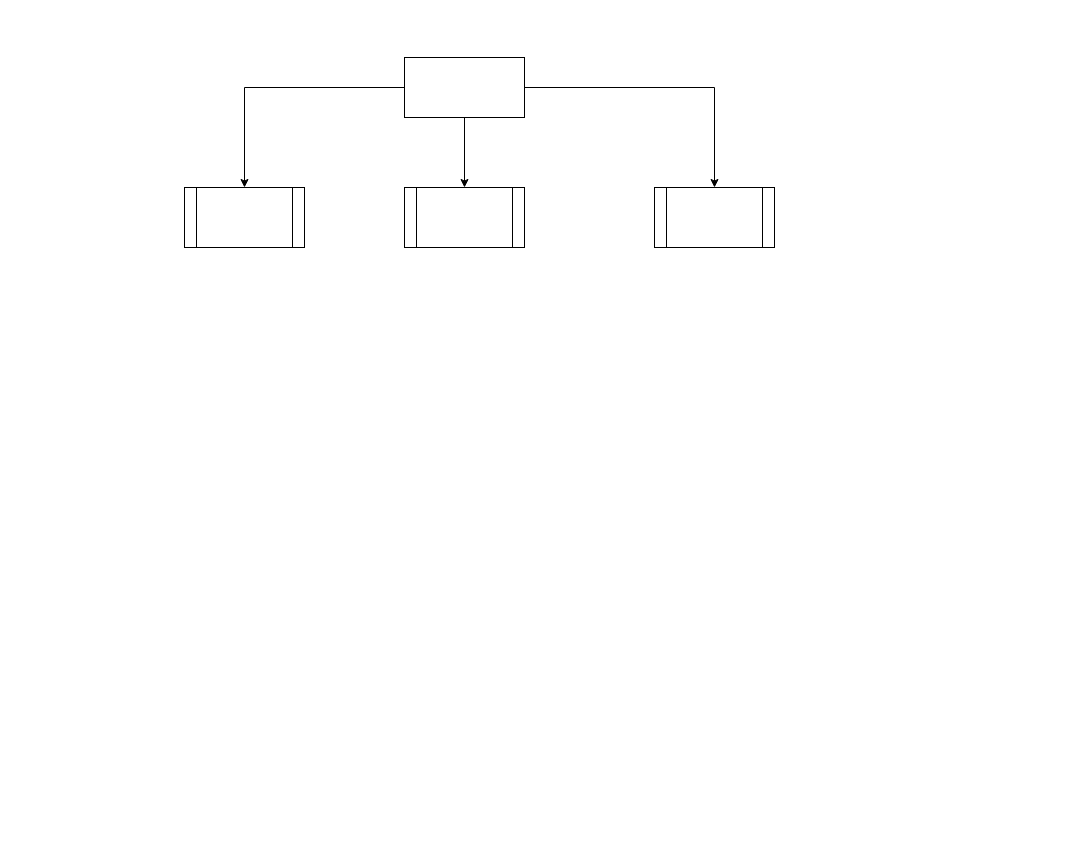
This is Untitled Diagram.drawio from Sofoniasm/ARM-Template, a draw.io file, before an edit. Source tidied: cells renumbered, new cells numbered last; positions are measured from the earlier drawing's top-left corner, leaving out a move shared by most shapes. Both pictures are drawn from the tidied source at 100%, with x=0, y=0 at pixel (184, 57).
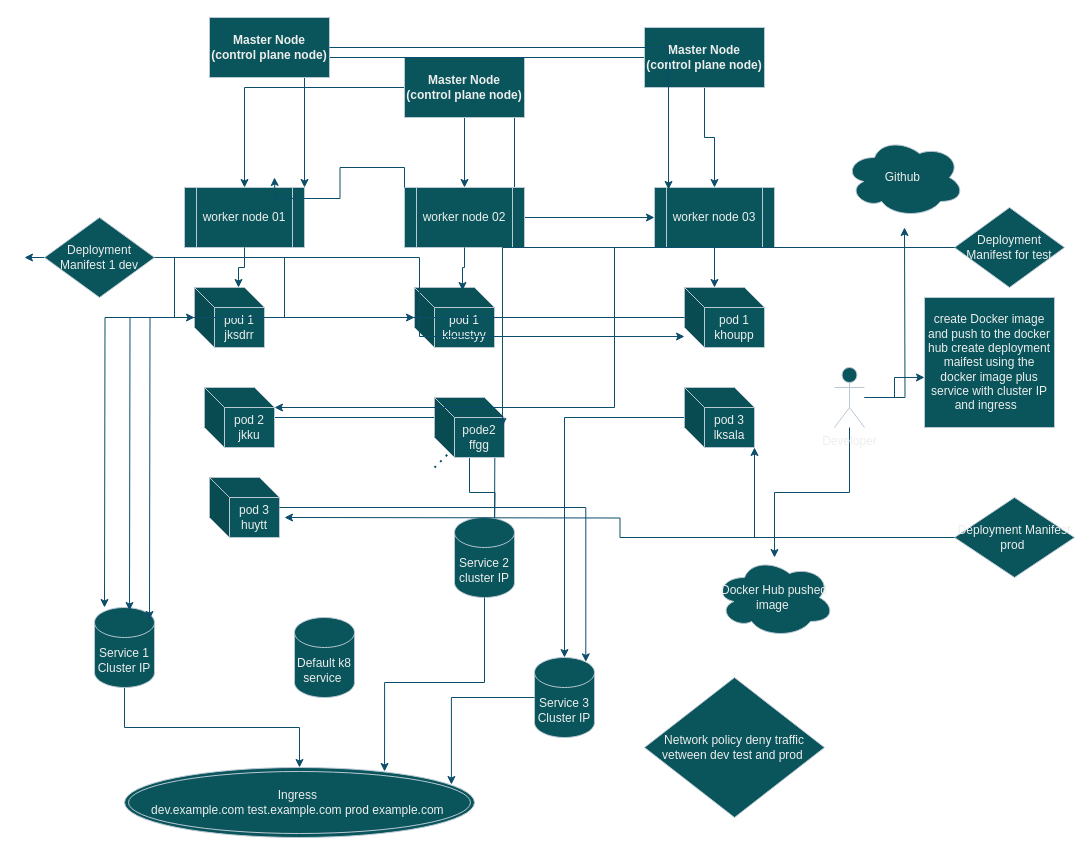
The same page after the edit.

What changed in the source:
```diff
@@
-    <mxCell id="2" style="edgeStyle=orthogonalEdgeStyle;rounded=0;jettySize=auto;html=1;entryX=0.5;entryY=0;entryDx=0;entryDy=0;" parent="1" edge="1" source="5" target="7">
+    <mxCell id="2" style="edgeStyle=orthogonalEdgeStyle;rounded=0;jettySize=auto;html=1;entryX=0.5;entryY=0;entryDx=0;entryDy=0;labelBackgroundColor=none;fontColor=default;strokeColor=#0B4D6A;" parent="1" edge="1" source="5" target="7">
       <mxGeometry relative="1" as="geometry" />
     </mxCell>
-    <mxCell id="3" style="edgeStyle=orthogonalEdgeStyle;rounded=0;jettySize=auto;html=1;entryX=0.5;entryY=0;entryDx=0;entryDy=0;" parent="1" edge="1" source="5" target="6">
+    <mxCell id="3" style="edgeStyle=orthogonalEdgeStyle;rounded=0;jettySize=auto;html=1;entryX=0.5;entryY=0;entryDx=0;entryDy=0;labelBackgroundColor=none;fontColor=default;strokeColor=#0B4D6A;" parent="1" edge="1" source="5" target="6">
       <mxGeometry relative="1" as="geometry" />
     </mxCell>
-    <mxCell id="4" style="edgeStyle=orthogonalEdgeStyle;rounded=0;jettySize=auto;html=1;entryX=0.5;entryY=0;entryDx=0;entryDy=0;" parent="1" edge="1" source="5" target="8">
+    <mxCell id="4" style="edgeStyle=orthogonalEdgeStyle;rounded=0;jettySize=auto;html=1;entryX=0.5;entryY=0;entryDx=0;entryDy=0;labelBackgroundColor=none;fontColor=default;strokeColor=#0B4D6A;" parent="1" edge="1" source="56" target="8">
       <mxGeometry relative="1" as="geometry" />
     </mxCell>
+    <mxCell id="9" style="edgeStyle=orthogonalEdgeStyle;rounded=0;jettySize=auto;html=1;strokeColor=#0B4D6A;" parent="1" edge="1" source="5" target="8">
+      <mxGeometry relative="1" as="geometry">
+        <Array as="points">
+          <mxPoint x="330" y="160" />
+        </Array>
+      </mxGeometry>
+    </mxCell>
-    <mxCell id="5" style="rounded=0;whiteSpace=wrap;html=1;" parent="1" vertex="1">
+    <mxCell id="5" value="Master Node (control plane node)" style="rounded=0;whiteSpace=wrap;html=1;fontStyle=1;labelBackgroundColor=none;fillColor=#09555B;strokeColor=#BAC8D3;fontColor=#EEEEEE;" parent="1" vertex="1">
       <mxGeometry x="220" width="120" height="60" as="geometry" />
     </mxCell>
-    <mxCell id="6" style="shape=process;whiteSpace=wrap;html=1;backgroundOutline=1;" parent="1" vertex="1">
+    <mxCell id="6" value="worker node 01" style="shape=process;whiteSpace=wrap;html=1;backgroundOutline=1;labelBackgroundColor=none;fillColor=#09555B;strokeColor=#BAC8D3;fontColor=#EEEEEE;" parent="1" vertex="1">
       <mxGeometry y="130" width="120" height="60" as="geometry" />
     </mxCell>
-    <mxCell id="7" style="shape=process;whiteSpace=wrap;html=1;backgroundOutline=1;" parent="1" vertex="1">
+    <mxCell id="7" value="worker node 02" style="shape=process;whiteSpace=wrap;html=1;backgroundOutline=1;labelBackgroundColor=none;fillColor=#09555B;strokeColor=#BAC8D3;fontColor=#EEEEEE;" parent="1" vertex="1">
       <mxGeometry x="220" y="130" width="120" height="60" as="geometry" />
     </mxCell>
-    <mxCell id="8" style="shape=process;whiteSpace=wrap;html=1;backgroundOutline=1;" parent="1" vertex="1">
+    <mxCell id="8" value="worker node 03" style="shape=process;whiteSpace=wrap;html=1;backgroundOutline=1;labelBackgroundColor=none;fillColor=#09555B;strokeColor=#BAC8D3;fontColor=#EEEEEE;" parent="1" vertex="1">
       <mxGeometry x="470" y="130" width="120" height="60" as="geometry" />
     </mxCell>
+    <mxCell id="10" style="edgeStyle=orthogonalEdgeStyle;rounded=0;jettySize=auto;html=1;strokeColor=#0B4D6A;" parent="1" edge="1" source="12" target="14">
+      <mxGeometry relative="1" as="geometry" />
+    </mxCell>
+    <mxCell id="11" style="edgeStyle=orthogonalEdgeStyle;rounded=0;jettySize=auto;html=1;strokeColor=#0B4D6A;" parent="1" edge="1" source="12">
+      <mxGeometry relative="1" as="geometry">
+        <mxPoint x="720" y="170" as="targetPoint" />
+      </mxGeometry>
+    </mxCell>
+    <mxCell id="12" value="Developer" style="shape=umlActor;verticalLabelPosition=bottom;verticalAlign=top;html=1;outlineConnect=0;labelBackgroundColor=none;fillColor=#09555B;strokeColor=#BAC8D3;fontColor=#EEEEEE;" parent="1" vertex="1">
+      <mxGeometry x="650" y="310" width="30" height="60" as="geometry" />
+    </mxCell>
+    <mxCell id="13" value="create Docker image and push to the docker hub create deployment maifest using the docker image plus service with cluster IP and ingress&amp;nbsp;&amp;nbsp;" style="whiteSpace=wrap;html=1;strokeColor=#BAC8D3;fontColor=#EEEEEE;fillColor=#09555B;" parent="1" vertex="1">
+      <mxGeometry x="740" y="240" width="130" height="130" as="geometry" />
+    </mxCell>
+    <mxCell id="14" value="Docker Hub pushed image&amp;nbsp;" style="ellipse;shape=cloud;whiteSpace=wrap;html=1;strokeColor=#BAC8D3;fontColor=#EEEEEE;fillColor=#09555B;" parent="1" vertex="1">
+      <mxGeometry x="530" y="500" width="120" height="80" as="geometry" />
+    </mxCell>
+    <mxCell id="15" style="edgeStyle=orthogonalEdgeStyle;rounded=0;jettySize=auto;html=1;entryX=0;entryY=0.615;entryDx=0;entryDy=0;entryPerimeter=0;strokeColor=#0B4D6A;" parent="1" edge="1" source="12" target="13">
+      <mxGeometry relative="1" as="geometry" />
+    </mxCell>
+    <mxCell id="16" value="Github&amp;nbsp;" style="ellipse;shape=cloud;whiteSpace=wrap;html=1;strokeColor=#BAC8D3;fontColor=#EEEEEE;fillColor=#09555B;" parent="1" vertex="1">
+      <mxGeometry x="660" y="80" width="120" height="80" as="geometry" />
+    </mxCell>
+    <mxCell id="17" style="edgeStyle=orthogonalEdgeStyle;rounded=0;jettySize=auto;html=1;strokeColor=#0B4D6A;" parent="1" edge="1" source="18">
+      <mxGeometry relative="1" as="geometry">
+        <mxPoint x="-80" y="550" as="targetPoint" />
+      </mxGeometry>
+    </mxCell>
+    <mxCell id="18" value="pod 1 jksdrr" style="shape=cube;whiteSpace=wrap;html=1;boundedLbl=1;backgroundOutline=1;darkOpacity=0.05;darkOpacity2=0.1;strokeColor=#BAC8D3;fontColor=#EEEEEE;fillColor=#09555B;" parent="1" vertex="1">
+      <mxGeometry x="10" y="230" width="70" height="60" as="geometry" />
+    </mxCell>
+    <mxCell id="19" value="pod 1 kloustyy" style="shape=cube;whiteSpace=wrap;html=1;boundedLbl=1;backgroundOutline=1;darkOpacity=0.05;darkOpacity2=0.1;strokeColor=#BAC8D3;fontColor=#EEEEEE;fillColor=#09555B;" parent="1" vertex="1">
+      <mxGeometry x="230" y="230" width="80" height="60" as="geometry" />
+    </mxCell>
+    <mxCell id="20" value="pod 1 khoupp" style="shape=cube;whiteSpace=wrap;html=1;boundedLbl=1;backgroundOutline=1;darkOpacity=0.05;darkOpacity2=0.1;strokeColor=#BAC8D3;fontColor=#EEEEEE;fillColor=#09555B;" parent="1" vertex="1">
+      <mxGeometry x="500" y="230" width="80" height="60" as="geometry" />
+    </mxCell>
+    <mxCell id="21" style="edgeStyle=orthogonalEdgeStyle;rounded=0;jettySize=auto;html=1;entryX=0.629;entryY=0;entryDx=0;entryDy=0;entryPerimeter=0;strokeColor=#0B4D6A;" parent="1" edge="1" source="6" target="18">
+      <mxGeometry relative="1" as="geometry" />
+    </mxCell>
+    <mxCell id="22" style="edgeStyle=orthogonalEdgeStyle;rounded=0;jettySize=auto;html=1;entryX=0.6;entryY=0.05;entryDx=0;entryDy=0;entryPerimeter=0;strokeColor=#0B4D6A;" parent="1" edge="1" source="7" target="19">
+      <mxGeometry relative="1" as="geometry" />
+    </mxCell>
+    <mxCell id="23" style="edgeStyle=orthogonalEdgeStyle;rounded=0;jettySize=auto;html=1;exitX=0.5;exitY=1;exitDx=0;exitDy=0;entryX=0;entryY=0;entryDx=30;entryDy=0;entryPerimeter=0;strokeColor=#0B4D6A;" parent="1" edge="1" source="8" target="20">
+      <mxGeometry relative="1" as="geometry" />
+    </mxCell>
+    <mxCell id="24" style="edgeStyle=orthogonalEdgeStyle;rounded=0;jettySize=auto;html=1;strokeColor=#0B4D6A;" parent="1" edge="1" source="25" target="40">
+      <mxGeometry relative="1" as="geometry" />
+    </mxCell>
+    <mxCell id="25" value="Service 1 Cluster IP" style="shape=cylinder3;whiteSpace=wrap;html=1;boundedLbl=1;backgroundOutline=1;size=15;strokeColor=#BAC8D3;fontColor=#EEEEEE;fillColor=#09555B;" parent="1" vertex="1">
+      <mxGeometry x="-90" y="550" width="60" height="80" as="geometry" />
+    </mxCell>
+    <mxCell id="26" value="Default k8 service&amp;nbsp;" style="shape=cylinder3;whiteSpace=wrap;html=1;boundedLbl=1;backgroundOutline=1;size=15;strokeColor=#BAC8D3;fontColor=#EEEEEE;fillColor=#09555B;" parent="1" vertex="1">
+      <mxGeometry x="110" y="560" width="60" height="80" as="geometry" />
+    </mxCell>
+    <mxCell id="27" style="edgeStyle=orthogonalEdgeStyle;rounded=0;jettySize=auto;html=1;strokeColor=#0B4D6A;" parent="1" edge="1" source="28">
+      <mxGeometry relative="1" as="geometry">
+        <mxPoint x="310" y="470" as="targetPoint" />
+      </mxGeometry>
+    </mxCell>
+    <mxCell id="28" value="pod 2 jkku" style="shape=cube;whiteSpace=wrap;html=1;boundedLbl=1;backgroundOutline=1;darkOpacity=0.05;darkOpacity2=0.1;strokeColor=#BAC8D3;fontColor=#EEEEEE;fillColor=#09555B;" parent="1" vertex="1">
+      <mxGeometry x="20" y="330" width="70" height="60" as="geometry" />
+    </mxCell>
+    <mxCell id="29" style="edgeStyle=orthogonalEdgeStyle;rounded=0;jettySize=auto;html=1;strokeColor=#0B4D6A;" parent="1" edge="1" source="30">
+      <mxGeometry relative="1" as="geometry">
+        <mxPoint x="310" y="470" as="targetPoint" />
+      </mxGeometry>
+    </mxCell>
+    <mxCell id="30" value="pode2 ffgg" style="shape=cube;whiteSpace=wrap;html=1;boundedLbl=1;backgroundOutline=1;darkOpacity=0.05;darkOpacity2=0.1;strokeColor=#BAC8D3;fontColor=#EEEEEE;fillColor=#09555B;" parent="1" vertex="1">
+      <mxGeometry x="250" y="340" width="70" height="60" as="geometry" />
+    </mxCell>
+    <mxCell id="31" style="edgeStyle=orthogonalEdgeStyle;rounded=0;jettySize=auto;html=1;strokeColor=#0B4D6A;" parent="1" edge="1" source="32" target="38">
+      <mxGeometry relative="1" as="geometry" />
+    </mxCell>
+    <mxCell id="32" value="pod 3 lksala" style="shape=cube;whiteSpace=wrap;html=1;boundedLbl=1;backgroundOutline=1;darkOpacity=0.05;darkOpacity2=0.1;strokeColor=#BAC8D3;fontColor=#EEEEEE;fillColor=#09555B;" parent="1" vertex="1">
+      <mxGeometry x="500" y="330" width="70" height="60" as="geometry" />
+    </mxCell>
+    <mxCell id="33" value="pod 3 huytt" style="shape=cube;whiteSpace=wrap;html=1;boundedLbl=1;backgroundOutline=1;darkOpacity=0.05;darkOpacity2=0.1;strokeColor=#BAC8D3;fontColor=#EEEEEE;fillColor=#09555B;" parent="1" vertex="1">
+      <mxGeometry x="25" y="420" width="70" height="60" as="geometry" />
+    </mxCell>
+    <mxCell id="34" style="endArrow=none;dashed=1;html=1;dashPattern=1 3;strokeWidth=2;rounded=0;strokeColor=#0B4D6A;" parent="1" edge="1">
+      <mxGeometry relative="1" as="geometry">
+        <mxPoint x="250" y="410" as="sourcePoint" />
+        <mxPoint x="300" y="360" as="targetPoint" />
+      </mxGeometry>
+    </mxCell>
+    <mxCell id="35" style="edgeStyle=orthogonalEdgeStyle;rounded=0;jettySize=auto;html=1;entryX=0.75;entryY=0.05;entryDx=0;entryDy=0;entryPerimeter=0;strokeColor=#0B4D6A;" parent="1" edge="1" source="19">
+      <mxGeometry relative="1" as="geometry">
+        <mxPoint x="-55" y="553" as="targetPoint" />
+      </mxGeometry>
+    </mxCell>
+    <mxCell id="36" style="edgeStyle=orthogonalEdgeStyle;rounded=0;jettySize=auto;html=1;entryX=0.95;entryY=0.2;entryDx=0;entryDy=0;entryPerimeter=0;strokeColor=#0B4D6A;" parent="1" edge="1" source="20">
+      <mxGeometry relative="1" as="geometry">
+        <mxPoint x="-35" y="562" as="targetPoint" />
+      </mxGeometry>
+    </mxCell>
+    <mxCell id="37" value="Service 2 cluster IP" style="shape=cylinder3;whiteSpace=wrap;html=1;boundedLbl=1;backgroundOutline=1;size=15;strokeColor=#BAC8D3;fontColor=#EEEEEE;fillColor=#09555B;" parent="1" vertex="1">
+      <mxGeometry x="270" y="460" width="60" height="80" as="geometry" />
+    </mxCell>
+    <mxCell id="38" value="Service 3 Cluster IP" style="shape=cylinder3;whiteSpace=wrap;html=1;boundedLbl=1;backgroundOutline=1;size=15;strokeColor=#BAC8D3;fontColor=#EEEEEE;fillColor=#09555B;" parent="1" vertex="1">
+      <mxGeometry x="350" y="600" width="60" height="80" as="geometry" />
+    </mxCell>
+    <mxCell id="39" style="edgeStyle=orthogonalEdgeStyle;rounded=0;jettySize=auto;html=1;entryX=0.855;entryY=0;entryDx=0;entryDy=4.35;entryPerimeter=0;strokeColor=#0B4D6A;" parent="1" edge="1" source="33" target="38">
+      <mxGeometry relative="1" as="geometry" />
+    </mxCell>
+    <mxCell id="40" value="Ingress&amp;nbsp;&lt;div&gt;dev.example.com test.example.com prod example.com&amp;nbsp;&lt;/div&gt;" style="ellipse;shape=doubleEllipse;whiteSpace=wrap;html=1;strokeColor=#BAC8D3;fontColor=#EEEEEE;fillColor=#09555B;" parent="1" vertex="1">
+      <mxGeometry x="-60" y="710" width="350" height="70" as="geometry" />
+    </mxCell>
+    <mxCell id="41" style="edgeStyle=orthogonalEdgeStyle;rounded=0;jettySize=auto;html=1;entryX=0.743;entryY=0.057;entryDx=0;entryDy=0;entryPerimeter=0;strokeColor=#0B4D6A;" parent="1" edge="1" source="37" target="40">
+      <mxGeometry relative="1" as="geometry" />
+    </mxCell>
+    <mxCell id="42" style="edgeStyle=orthogonalEdgeStyle;rounded=0;jettySize=auto;html=1;entryX=0.934;entryY=0.243;entryDx=0;entryDy=0;entryPerimeter=0;strokeColor=#0B4D6A;" parent="1" edge="1" source="38" target="40">
+      <mxGeometry relative="1" as="geometry" />
+    </mxCell>
+    <mxCell id="43" style="edgeStyle=orthogonalEdgeStyle;rounded=0;jettySize=auto;html=1;strokeColor=#0B4D6A;" parent="1" edge="1" source="46">
+      <mxGeometry relative="1" as="geometry">
+        <mxPoint x="-160" y="200" as="targetPoint" />
+      </mxGeometry>
+    </mxCell>
+    <mxCell id="44" style="edgeStyle=orthogonalEdgeStyle;rounded=0;jettySize=auto;html=1;strokeColor=#0B4D6A;" parent="1" edge="1" source="46" target="18">
+      <mxGeometry relative="1" as="geometry" />
+    </mxCell>
+    <mxCell id="45" style="edgeStyle=orthogonalEdgeStyle;rounded=0;jettySize=auto;html=1;strokeColor=#0B4D6A;" parent="1" edge="1" source="46" target="19">
+      <mxGeometry relative="1" as="geometry" />
+    </mxCell>
+    <mxCell id="46" value="Deployment Manifest 1 dev" style="rhombus;whiteSpace=wrap;html=1;strokeColor=#BAC8D3;fontColor=#EEEEEE;fillColor=#09555B;" parent="1" vertex="1">
+      <mxGeometry x="-140" y="160" width="110" height="80" as="geometry" />
+    </mxCell>
+    <mxCell id="47" value="Deployment Manifest for test" style="rhombus;whiteSpace=wrap;html=1;strokeColor=#BAC8D3;fontColor=#EEEEEE;fillColor=#09555B;" parent="1" vertex="1">
+      <mxGeometry x="770" y="150" width="110" height="80" as="geometry" />
+    </mxCell>
+    <mxCell id="48" style="edgeStyle=orthogonalEdgeStyle;rounded=0;jettySize=auto;html=1;strokeColor=#0B4D6A;" parent="1" edge="1" source="49">
+      <mxGeometry relative="1" as="geometry">
+        <mxPoint x="100" y="460" as="targetPoint" />
+      </mxGeometry>
+    </mxCell>
+    <mxCell id="49" value="Deployment Manifest prod&amp;nbsp;" style="rhombus;whiteSpace=wrap;html=1;strokeColor=#BAC8D3;fontColor=#EEEEEE;fillColor=#09555B;" parent="1" vertex="1">
+      <mxGeometry x="770" y="440" width="120" height="80" as="geometry" />
+    </mxCell>
+    <mxCell id="50" style="edgeStyle=orthogonalEdgeStyle;rounded=0;jettySize=auto;html=1;entryX=1;entryY=1;entryDx=0;entryDy=0;entryPerimeter=0;strokeColor=#0B4D6A;" parent="1" edge="1" source="49" target="32">
+      <mxGeometry relative="1" as="geometry" />
+    </mxCell>
+    <mxCell id="51" style="edgeStyle=orthogonalEdgeStyle;rounded=0;jettySize=auto;html=1;entryX=0.971;entryY=0.483;entryDx=0;entryDy=0;entryPerimeter=0;strokeColor=#0B4D6A;" parent="1" edge="1" source="47" target="30">
+      <mxGeometry relative="1" as="geometry" />
+    </mxCell>
+    <mxCell id="52" style="edgeStyle=orthogonalEdgeStyle;rounded=0;jettySize=auto;html=1;entryX=0;entryY=0;entryDx=70;entryDy=20;entryPerimeter=0;strokeColor=#0B4D6A;" parent="1" edge="1" source="47" target="28">
+      <mxGeometry relative="1" as="geometry" />
+    </mxCell>
+    <mxCell id="53" style="edgeStyle=orthogonalEdgeStyle;rounded=0;jettySize=auto;html=1;entryX=0;entryY=0.817;entryDx=0;entryDy=0;entryPerimeter=0;strokeColor=#0B4D6A;" parent="1" edge="1" source="46" target="20">
+      <mxGeometry relative="1" as="geometry" />
+    </mxCell>
+    <mxCell id="54" value="Network policy deny traffic vetween dev test and prod&amp;nbsp;" style="rhombus;whiteSpace=wrap;html=1;strokeColor=#BAC8D3;fontColor=#EEEEEE;fillColor=#09555B;" parent="1" vertex="1">
+      <mxGeometry x="460" y="620" width="180" height="140" as="geometry" />
+    </mxCell>
+    <mxCell id="55" style="edgeStyle=orthogonalEdgeStyle;rounded=0;jettySize=auto;html=1;entryX=1;entryY=0;entryDx=0;entryDy=0;strokeColor=#0B4D6A;" parent="1" edge="1" source="56" target="6">
+      <mxGeometry relative="1" as="geometry" />
+    </mxCell>
+    <mxCell id="56" value="Master Node (control plane node)" style="rounded=0;whiteSpace=wrap;html=1;fontStyle=1;labelBackgroundColor=none;fillColor=#09555B;strokeColor=#BAC8D3;fontColor=#EEEEEE;" parent="1" vertex="1">
+      <mxGeometry x="460" y="-30" width="120" height="60" as="geometry" />
+    </mxCell>
+    <mxCell id="57" style="edgeStyle=orthogonalEdgeStyle;rounded=0;jettySize=auto;html=1;exitX=0;exitY=0;exitDx=0;exitDy=0;strokeColor=#0B4D6A;" parent="1" edge="1" source="7">
+      <mxGeometry relative="1" as="geometry">
+        <mxPoint x="90" y="120" as="targetPoint" />
+      </mxGeometry>
+    </mxCell>
+    <mxCell id="58" value="Master Node (control plane node)" style="rounded=0;whiteSpace=wrap;html=1;fontStyle=1;labelBackgroundColor=none;fillColor=#09555B;strokeColor=#BAC8D3;fontColor=#EEEEEE;" parent="1" vertex="1">
+      <mxGeometry x="25" y="-40" width="120" height="60" as="geometry" />
+    </mxCell>
+    <mxCell id="59" style="edgeStyle=orthogonalEdgeStyle;rounded=0;jettySize=auto;html=1;entryX=0.117;entryY=0.033;entryDx=0;entryDy=0;entryPerimeter=0;strokeColor=#0B4D6A;" parent="1" edge="1" source="58" target="8">
+      <mxGeometry relative="1" as="geometry" />
+    </mxCell>
```
